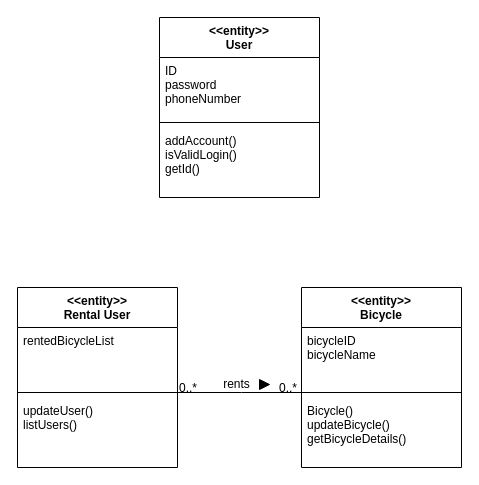
Before: page "entity" (1 of 2) of class_diagram.drawio in yeeunli/software-engineering-hw2, a draw.io diagram. Source tidied: cells renumbered, new cells numbered last; positions are measured from the earlier drawing's top-left corner, leaving out a move shared by most shapes. Both pictures are drawn from the tidied source at 100%, with x=0, y=0 at pixel (17, 17).
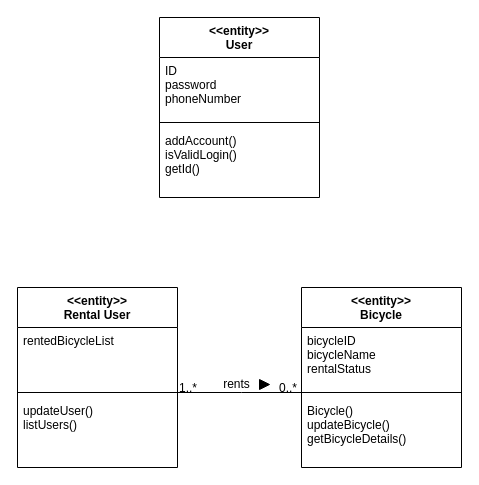
The same diagram, later.

Unchanged cells that the change refers to:
```xml
<mxCell id="6" style="endArrow=none;shadow=0;strokeWidth=1;rounded=0;curved=0;endFill=1;edgeStyle=elbowEdgeStyle;elbow=vertical;startFill=0;" parent="1" edge="1">
  <mxGeometry x="0.5" y="41" relative="1" as="geometry">
    <mxPoint x="160" y="375" as="sourcePoint" />
    <mxPoint x="288" y="375" as="targetPoint" />
    <mxPoint x="-40" y="32" as="offset" />
  </mxGeometry>
</mxCell>
<mxCell id="10" value="&lt;&lt;entity&gt;&gt;&#10;Bicycle" style="swimlane;fontStyle=1;align=center;verticalAlign=middle;horizontal=1;startSize=40;rounded=0;shadow=0;strokeWidth=1;swimlaneLine=1;" parent="1" vertex="1">
  <mxGeometry x="284" y="270" width="160" height="180" as="geometry" />
</mxCell>
```

What changed in the source:
```diff
@@
-    <mxCell id="7" value="0..*" style="align=left;verticalAlign=bottom;labelBackgroundColor=none;fontSize=12;" parent="6" vertex="1">
+    <mxCell id="7" value="1..*" style="align=left;verticalAlign=bottom;labelBackgroundColor=none;fontSize=12;" parent="6" vertex="1">
       <mxGeometry x="-1" relative="1" as="geometry">
         <mxPoint y="4" as="offset" />
       </mxGeometry>
     </mxCell>
@@
-    <mxCell id="11" value="bicycleID&#10;bicycleName&#10;" style="text;align=left;verticalAlign=top;spacingLeft=4;spacingRight=4;overflow=hidden;" parent="10" vertex="1">
+    <mxCell id="11" value="bicycleID&#10;bicycleName&#10;rentalStatus" style="text;align=left;verticalAlign=top;spacingLeft=4;spacingRight=4;overflow=hidden;" parent="10" vertex="1">
       <mxGeometry y="40" width="160" height="60" as="geometry" />
     </mxCell>
```
